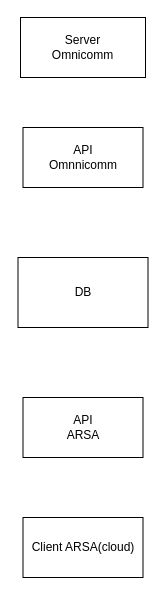
This is Диаграмма без названия.drawio from SanBelka/backup_profile, a draw.io file, before an edit. Source tidied: cells renumbered, new cells numbered last; positions are measured from the earlier drawing's top-left corner, leaving out a move shared by most shapes. Both pictures are drawn from the tidied source at 100%, with x=0, y=0 at pixel (18, 17).
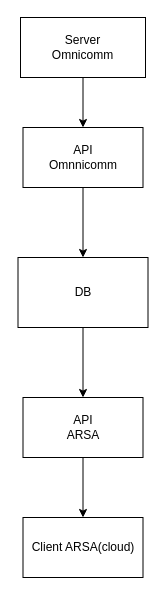
Above is the later version.

The edit, as a diff of the source:
```diff
@@
 <mxGraphModel>
   <root>
     <mxCell id="0" />
     <mxCell id="1" parent="0" />
+    <mxCell id="7" style="edgeStyle=orthogonalEdgeStyle;rounded=0;jettySize=auto;html=1;exitX=0.5;exitY=1;exitDx=0;exitDy=0;entryX=0.5;entryY=0;entryDx=0;entryDy=0;" parent="1" edge="1" source="2" target="5">
+      <mxGeometry relative="1" as="geometry" />
+    </mxCell>
     <mxCell id="2" value="DB" style="rounded=0;whiteSpace=wrap;html=1;" parent="1" vertex="1">
       <mxGeometry x="-0.5" y="240" width="130" height="70" as="geometry" />
     </mxCell>
+    <mxCell id="8" style="edgeStyle=orthogonalEdgeStyle;rounded=0;jettySize=auto;html=1;exitX=0.5;exitY=1;exitDx=0;exitDy=0;" parent="1" edge="1" source="3" target="4">
+      <mxGeometry relative="1" as="geometry" />
+    </mxCell>
     <mxCell id="3" value="&lt;div&gt;Server&lt;/div&gt;&lt;div&gt;Omnicomm&lt;br&gt;&lt;/div&gt;" style="rounded=0;whiteSpace=wrap;html=1;" parent="1" vertex="1">
       <mxGeometry x="2" width="125" height="60" as="geometry" />
     </mxCell>
+    <mxCell id="9" style="edgeStyle=orthogonalEdgeStyle;rounded=0;jettySize=auto;html=1;exitX=0.5;exitY=1;exitDx=0;exitDy=0;entryX=0.5;entryY=0;entryDx=0;entryDy=0;" parent="1" edge="1" source="4" target="2">
+      <mxGeometry relative="1" as="geometry" />
+    </mxCell>
     <mxCell id="4" value="API &lt;br&gt;Omnnicomm" style="rounded=0;whiteSpace=wrap;html=1;" parent="1" vertex="1">
       <mxGeometry x="4.5" y="110" width="120" height="60" as="geometry" />
     </mxCell>
+    <mxCell id="10" style="edgeStyle=orthogonalEdgeStyle;rounded=0;jettySize=auto;html=1;exitX=0.5;exitY=1;exitDx=0;exitDy=0;entryX=0.5;entryY=0;entryDx=0;entryDy=0;" parent="1" edge="1" source="5" target="6">
+      <mxGeometry relative="1" as="geometry" />
+    </mxCell>
     <mxCell id="5" value="API&lt;br&gt;ARSA" style="rounded=0;whiteSpace=wrap;html=1;" parent="1" vertex="1">
       <mxGeometry x="4.5" y="380" width="120" height="60" as="geometry" />
     </mxCell>
     <mxCell id="6" value="Client ARSA(cloud)" style="rounded=0;whiteSpace=wrap;html=1;" parent="1" vertex="1">
       <mxGeometry x="4.5" y="500" width="120" height="60" as="geometry" />
     </mxCell>
   </root>
 </mxGraphModel>
```
